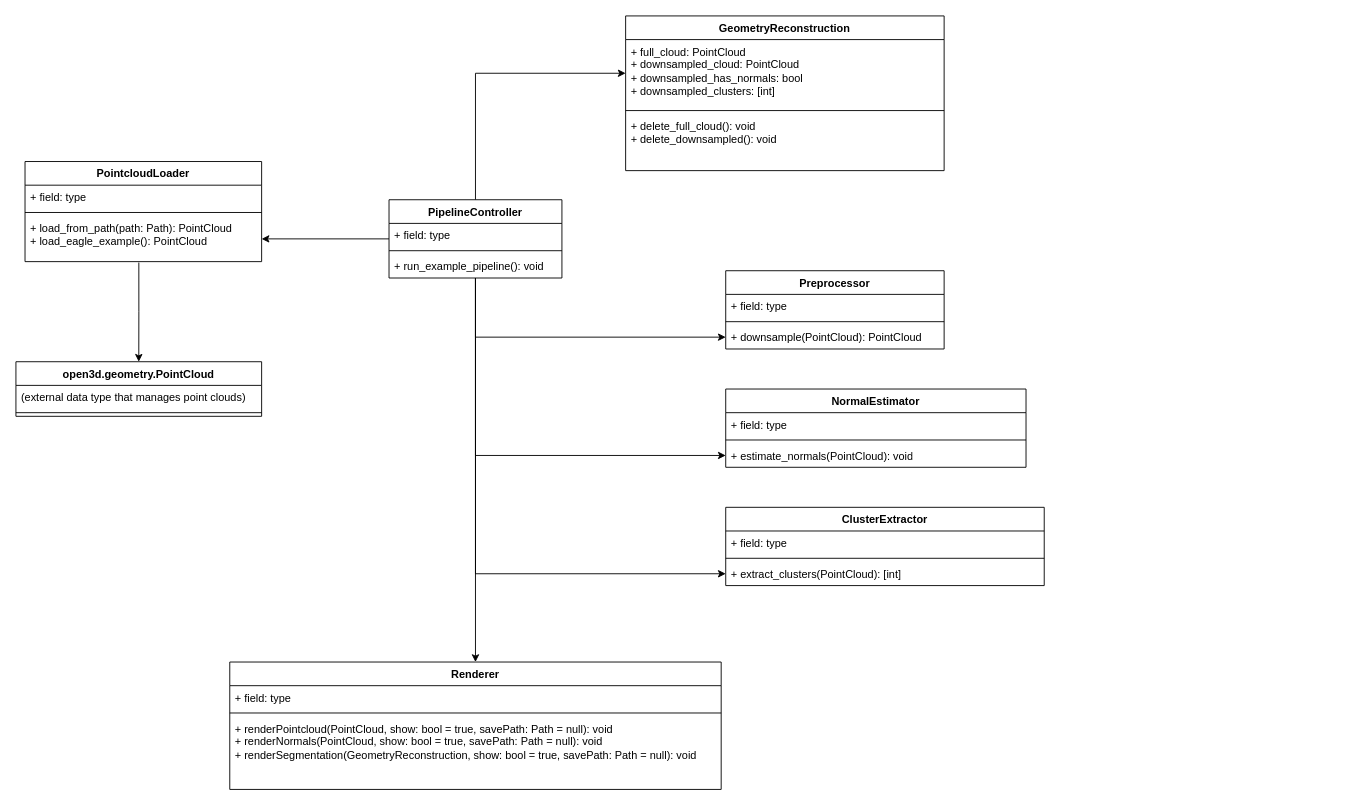
This is EagleProcessing.drawio from PatrickSowinski/Open3dRenderDemo, a draw.io file, before an edit. Source tidied: cells renumbered, new cells numbered last; positions are measured from the earlier drawing's top-left corner, leaving out a move shared by most shapes. Both pictures are drawn from the tidied source at 91%, with x=0, y=0 at pixel (15, 15).
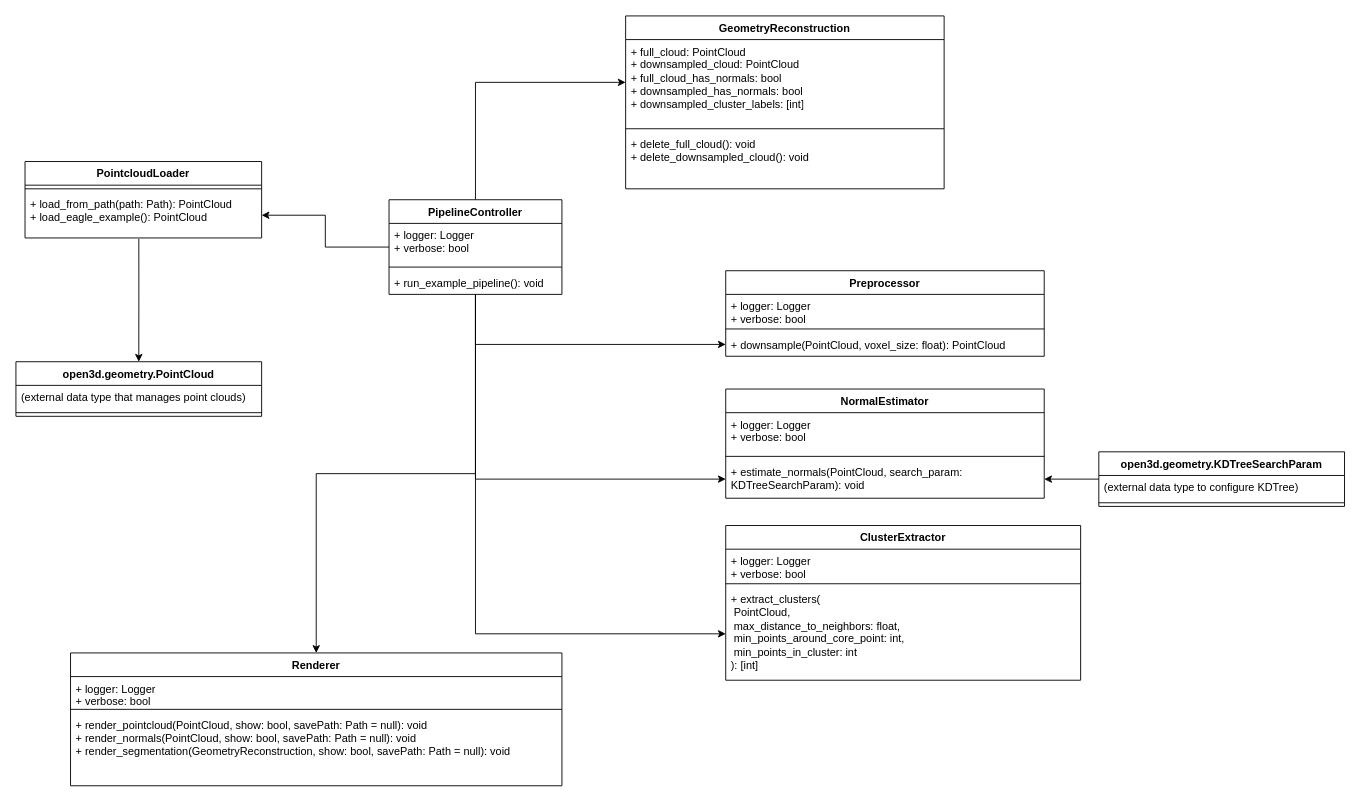
The same page after the edit.

The edit, as a diff of the source:
```diff
@@
     <mxCell id="3" value="PointcloudLoader" style="swimlane;fontStyle=1;align=center;verticalAlign=top;horizontal=1;startSize=26;whiteSpace=wrap;html=1;" parent="1" vertex="1">
-      <mxGeometry x="10" y="160" width="260" height="110" as="geometry" />
+      <mxGeometry x="10" y="160" width="260" height="84" as="geometry" />
     </mxCell>
-    <mxCell id="4" value="+ field: type" style="text;strokeColor=none;fillColor=none;align=left;verticalAlign=top;spacingLeft=4;spacingRight=4;overflow=hidden;whiteSpace=wrap;html=1;" parent="3" vertex="1">
-      <mxGeometry y="26" width="260" height="26" as="geometry" />
-    </mxCell>
     <mxCell id="5" style="line;strokeWidth=1;fillColor=none;align=left;verticalAlign=middle;spacingTop=-1;spacingLeft=3;spacingRight=3;labelPosition=right;strokeColor=inherit;" parent="3" vertex="1">
-      <mxGeometry y="52" width="260" height="8" as="geometry" />
+      <mxGeometry y="26" width="260" height="8" as="geometry" />
     </mxCell>
     <mxCell id="6" value="+ load_from_path(path: Path): PointCloud&lt;div&gt;+ load_eagle_example(): PointCloud&lt;/div&gt;" style="text;strokeColor=none;fillColor=none;align=left;verticalAlign=top;spacingLeft=4;spacingRight=4;overflow=hidden;points=[[0,0.5],[1,0.5]];portConstraint=eastwest;whiteSpace=wrap;html=1;" parent="3" vertex="1">
-      <mxGeometry y="60" width="260" height="50" as="geometry" />
+      <mxGeometry y="34" width="260" height="50" as="geometry" />
     </mxCell>
     <mxCell id="7" value="Preprocessor" style="swimlane;fontStyle=1;align=center;verticalAlign=top;horizontal=1;startSize=26;whiteSpace=wrap;html=1;" parent="1" vertex="1">
-      <mxGeometry x="780" y="280" width="240" height="86" as="geometry" />
+      <mxGeometry x="780" y="280" width="350" height="94" as="geometry" />
     </mxCell>
-    <mxCell id="8" value="+ field: type" style="text;strokeColor=none;fillColor=none;align=left;verticalAlign=top;spacingLeft=4;spacingRight=4;overflow=hidden;whiteSpace=wrap;html=1;" parent="7" vertex="1">
-      <mxGeometry y="26" width="240" height="26" as="geometry" />
+    <mxCell id="8" value="+ logger: Logger&lt;div&gt;+ verbose: bool&lt;/div&gt;" style="text;strokeColor=none;fillColor=none;align=left;verticalAlign=top;spacingLeft=4;spacingRight=4;overflow=hidden;whiteSpace=wrap;html=1;" parent="7" vertex="1">
+      <mxGeometry y="26" width="350" height="34" as="geometry" />
     </mxCell>
     <mxCell id="9" style="line;strokeWidth=1;fillColor=none;align=left;verticalAlign=middle;spacingTop=-1;spacingLeft=3;spacingRight=3;labelPosition=right;strokeColor=inherit;" parent="7" vertex="1">
-      <mxGeometry y="52" width="240" height="8" as="geometry" />
+      <mxGeometry y="60" width="350" height="8" as="geometry" />
     </mxCell>
-    <mxCell id="10" value="+ downsample(PointCloud): PointCloud" style="text;strokeColor=none;fillColor=none;align=left;verticalAlign=top;spacingLeft=4;spacingRight=4;overflow=hidden;points=[[0,0.5],[1,0.5]];portConstraint=eastwest;whiteSpace=wrap;html=1;" parent="7" vertex="1">
-      <mxGeometry y="60" width="240" height="26" as="geometry" />
+    <mxCell id="10" value="+ downsample(PointCloud, voxel_size: float): PointCloud" style="text;strokeColor=none;fillColor=none;align=left;verticalAlign=top;spacingLeft=4;spacingRight=4;overflow=hidden;points=[[0,0.5],[1,0.5]];portConstraint=eastwest;whiteSpace=wrap;html=1;" parent="7" vertex="1">
+      <mxGeometry y="68" width="350" height="26" as="geometry" />
     </mxCell>
     <mxCell id="11" value="NormalEstimator" style="swimlane;fontStyle=1;align=center;verticalAlign=top;horizontal=1;startSize=26;whiteSpace=wrap;html=1;" parent="1" vertex="1">
-      <mxGeometry x="780" y="410" width="330" height="86" as="geometry" />
+      <mxGeometry x="780" y="410" width="350" height="120" as="geometry" />
     </mxCell>
-    <mxCell id="12" value="+ field: type" style="text;strokeColor=none;fillColor=none;align=left;verticalAlign=top;spacingLeft=4;spacingRight=4;overflow=hidden;whiteSpace=wrap;html=1;" parent="11" vertex="1">
-      <mxGeometry y="26" width="330" height="26" as="geometry" />
+    <mxCell id="12" value="+ logger: Logger&lt;div&gt;+ verbose: bool&lt;/div&gt;" style="text;strokeColor=none;fillColor=none;align=left;verticalAlign=top;spacingLeft=4;spacingRight=4;overflow=hidden;whiteSpace=wrap;html=1;" parent="11" vertex="1">
+      <mxGeometry y="26" width="350" height="44" as="geometry" />
     </mxCell>
     <mxCell id="13" style="line;strokeWidth=1;fillColor=none;align=left;verticalAlign=middle;spacingTop=-1;spacingLeft=3;spacingRight=3;labelPosition=right;strokeColor=inherit;" parent="11" vertex="1">
-      <mxGeometry y="52" width="330" height="8" as="geometry" />
+      <mxGeometry y="70" width="350" height="8" as="geometry" />
     </mxCell>
-    <mxCell id="14" value="+ estimate_normals(PointCloud): void" style="text;strokeColor=none;fillColor=none;align=left;verticalAlign=top;spacingLeft=4;spacingRight=4;overflow=hidden;points=[[0,0.5],[1,0.5]];portConstraint=eastwest;whiteSpace=wrap;html=1;" parent="11" vertex="1">
-      <mxGeometry y="60" width="330" height="26" as="geometry" />
+    <mxCell id="14" value="+ estimate_normals(PointCloud, search_param: KDTreeSearchParam): void" style="text;strokeColor=none;fillColor=none;align=left;verticalAlign=top;spacingLeft=4;spacingRight=4;overflow=hidden;points=[[0,0.5],[1,0.5]];portConstraint=eastwest;whiteSpace=wrap;html=1;" parent="11" vertex="1">
+      <mxGeometry y="78" width="350" height="42" as="geometry" />
     </mxCell>
     <mxCell id="15" value="ClusterExtractor" style="swimlane;fontStyle=1;align=center;verticalAlign=top;horizontal=1;startSize=26;whiteSpace=wrap;html=1;" parent="1" vertex="1">
-      <mxGeometry x="780" y="540" width="350" height="86" as="geometry" />
+      <mxGeometry x="780" y="560" width="390" height="170" as="geometry" />
     </mxCell>
-    <mxCell id="16" value="+ field: type" style="text;strokeColor=none;fillColor=none;align=left;verticalAlign=top;spacingLeft=4;spacingRight=4;overflow=hidden;whiteSpace=wrap;html=1;" parent="15" vertex="1">
-      <mxGeometry y="26" width="350" height="26" as="geometry" />
+    <mxCell id="16" value="+ logger: Logger&lt;div&gt;+ verbose: bool&lt;/div&gt;" style="text;strokeColor=none;fillColor=none;align=left;verticalAlign=top;spacingLeft=4;spacingRight=4;overflow=hidden;whiteSpace=wrap;html=1;" parent="15" vertex="1">
+      <mxGeometry y="26" width="390" height="34" as="geometry" />
     </mxCell>
     <mxCell id="17" style="line;strokeWidth=1;fillColor=none;align=left;verticalAlign=middle;spacingTop=-1;spacingLeft=3;spacingRight=3;labelPosition=right;strokeColor=inherit;" parent="15" vertex="1">
-      <mxGeometry y="52" width="350" height="8" as="geometry" />
+      <mxGeometry y="60" width="390" height="8" as="geometry" />
     </mxCell>
-    <mxCell id="18" value="+ extract_clusters(PointCloud): [int]" style="text;strokeColor=none;fillColor=none;align=left;verticalAlign=top;spacingLeft=4;spacingRight=4;overflow=hidden;points=[[0,0.5],[1,0.5]];portConstraint=eastwest;whiteSpace=wrap;html=1;" parent="15" vertex="1">
-      <mxGeometry y="60" width="350" height="26" as="geometry" />
+    <mxCell id="18" value="+ extract_clusters(&lt;div&gt;&amp;nbsp;PointCloud,&lt;/div&gt;&lt;div&gt;&amp;nbsp;max_distance_to_neighbors: float,&lt;/div&gt;&lt;div&gt;&amp;nbsp;min_points_around_core_point: int,&lt;/div&gt;&lt;div&gt;&amp;nbsp;min_points_in_cluster: int&lt;/div&gt;&lt;div&gt;): [int]&lt;/div&gt;" style="text;strokeColor=none;fillColor=none;align=left;verticalAlign=top;spacingLeft=4;spacingRight=4;overflow=hidden;points=[[0,0.5],[1,0.5]];portConstraint=eastwest;whiteSpace=wrap;html=1;" parent="15" vertex="1">
+      <mxGeometry y="68" width="390" height="102" as="geometry" />
     </mxCell>
     <mxCell id="19" value="Renderer" style="swimlane;fontStyle=1;align=center;verticalAlign=top;horizontal=1;startSize=26;whiteSpace=wrap;html=1;" parent="1" vertex="1">
-      <mxGeometry x="235" y="710" width="540" height="140" as="geometry" />
+      <mxGeometry x="60" y="700" width="540" height="146" as="geometry" />
     </mxCell>
-    <mxCell id="20" value="+ field: type" style="text;strokeColor=none;fillColor=none;align=left;verticalAlign=top;spacingLeft=4;spacingRight=4;overflow=hidden;whiteSpace=wrap;html=1;" parent="19" vertex="1">
-      <mxGeometry y="26" width="540" height="26" as="geometry" />
+    <mxCell id="20" value="+ logger: Logger&lt;div&gt;+ verbose: bool&lt;/div&gt;" style="text;strokeColor=none;fillColor=none;align=left;verticalAlign=top;spacingLeft=4;spacingRight=4;overflow=hidden;whiteSpace=wrap;html=1;" parent="19" vertex="1">
+      <mxGeometry y="26" width="540" height="32" as="geometry" />
     </mxCell>
     <mxCell id="21" style="line;strokeWidth=1;fillColor=none;align=left;verticalAlign=middle;spacingTop=-1;spacingLeft=3;spacingRight=3;labelPosition=right;strokeColor=inherit;" parent="19" vertex="1">
-      <mxGeometry y="52" width="540" height="8" as="geometry" />
+      <mxGeometry y="58" width="540" height="8" as="geometry" />
     </mxCell>
-    <mxCell id="22" value="+ renderPointcloud(PointCloud, show: bool = true, savePath: Path = null): void&lt;div&gt;+ renderNormals(PointCloud, show: bool = true, savePath: Path = null): void&lt;br&gt;&lt;div&gt;+ renderSegmentation(GeometryReconstruction, show: bool = true, savePath: Path = null): void&lt;/div&gt;&lt;/div&gt;" style="text;strokeColor=none;fillColor=none;align=left;verticalAlign=top;spacingLeft=4;spacingRight=4;overflow=hidden;whiteSpace=wrap;html=1;" parent="19" vertex="1">
-      <mxGeometry y="60" width="540" height="80" as="geometry" />
+    <mxCell id="22" value="&lt;div&gt;&lt;span style=&quot;background-color: transparent; color: light-dark(rgb(0, 0, 0), rgb(255, 255, 255));&quot;&gt;+ render_pointcloud(PointCloud, show: bool, savePath: Path = null): void&lt;/span&gt;&lt;/div&gt;&lt;div&gt;+ render_normals(PointCloud, show: bool, savePath: Path = null): void&lt;br&gt;&lt;div&gt;+ render_segmentation(GeometryReconstruction, show: bool, savePath: Path = null): void&lt;/div&gt;&lt;/div&gt;" style="text;strokeColor=none;fillColor=none;align=left;verticalAlign=top;spacingLeft=4;spacingRight=4;overflow=hidden;whiteSpace=wrap;html=1;" parent="19" vertex="1">
+      <mxGeometry y="66" width="540" height="80" as="geometry" />
     </mxCell>
     <mxCell id="23" value="Geometry&lt;span style=&quot;background-color: transparent; color: light-dark(rgb(0, 0, 0), rgb(255, 255, 255));&quot;&gt;Reconstruction&lt;/span&gt;" style="swimlane;fontStyle=1;align=center;verticalAlign=top;horizontal=1;startSize=26;whiteSpace=wrap;html=1;" parent="1" vertex="1">
-      <mxGeometry x="670" width="350" height="170" as="geometry" />
+      <mxGeometry x="670" width="350" height="190" as="geometry" />
     </mxCell>
-    <mxCell id="24" value="+ full_cloud: PointCloud&lt;div&gt;+ downsampled_cloud: PointCloud&lt;/div&gt;&lt;div&gt;+ downsampled_has_normals: bool&lt;/div&gt;&lt;div&gt;+ downsampled_clusters: [int]&lt;/div&gt;" style="text;strokeColor=none;fillColor=none;align=left;verticalAlign=top;spacingLeft=4;spacingRight=4;overflow=hidden;points=[[0,0.5],[1,0.5]];portConstraint=eastwest;whiteSpace=wrap;html=1;" parent="23" vertex="1">
-      <mxGeometry y="26" width="350" height="74" as="geometry" />
+    <mxCell id="24" value="+ full_cloud: PointCloud&lt;div&gt;+ downsampled_cloud: PointCloud&lt;/div&gt;&lt;div&gt;+ full_cloud_has_normals: bool&lt;/div&gt;&lt;div&gt;+ downsampled_has_normals: bool&lt;/div&gt;&lt;div&gt;+ downsampled_cluster_labels: [int]&lt;/div&gt;" style="text;strokeColor=none;fillColor=none;align=left;verticalAlign=top;spacingLeft=4;spacingRight=4;overflow=hidden;points=[[0,0.5],[1,0.5]];portConstraint=eastwest;whiteSpace=wrap;html=1;" parent="23" vertex="1">
+      <mxGeometry y="26" width="350" height="94" as="geometry" />
     </mxCell>
     <mxCell id="25" style="line;strokeWidth=1;fillColor=none;align=left;verticalAlign=middle;spacingTop=-1;spacingLeft=3;spacingRight=3;labelPosition=right;strokeColor=inherit;" parent="23" vertex="1">
-      <mxGeometry y="100" width="350" height="8" as="geometry" />
+      <mxGeometry y="120" width="350" height="8" as="geometry" />
     </mxCell>
-    <mxCell id="26" value="+&amp;nbsp;&lt;span style=&quot;background-color: transparent; color: light-dark(rgb(0, 0, 0), rgb(255, 255, 255));&quot;&gt;delete_full_cloud(): void&lt;/span&gt;&lt;div&gt;+ delete_downsampled(): void&lt;/div&gt;" style="text;strokeColor=none;fillColor=none;align=left;verticalAlign=top;spacingLeft=4;spacingRight=4;overflow=hidden;whiteSpace=wrap;html=1;" parent="23" vertex="1">
-      <mxGeometry y="108" width="350" height="62" as="geometry" />
+    <mxCell id="26" value="+&amp;nbsp;&lt;span style=&quot;background-color: transparent; color: light-dark(rgb(0, 0, 0), rgb(255, 255, 255));&quot;&gt;delete_full_cloud(): void&lt;/span&gt;&lt;div&gt;+ delete_downsampled_cloud(): void&lt;/div&gt;" style="text;strokeColor=none;fillColor=none;align=left;verticalAlign=top;spacingLeft=4;spacingRight=4;overflow=hidden;whiteSpace=wrap;html=1;" parent="23" vertex="1">
+      <mxGeometry y="128" width="350" height="62" as="geometry" />
     </mxCell>
@@
     <mxCell id="33" value="PipelineController" style="swimlane;fontStyle=1;align=center;verticalAlign=top;horizontal=1;startSize=26;whiteSpace=wrap;html=1;" parent="1" vertex="1">
-      <mxGeometry x="410" y="202" width="190" height="86" as="geometry" />
+      <mxGeometry x="410" y="202" width="190" height="104" as="geometry" />
     </mxCell>
-    <mxCell id="34" value="+ field: type" style="text;strokeColor=none;fillColor=none;align=left;verticalAlign=top;spacingLeft=4;spacingRight=4;overflow=hidden;whiteSpace=wrap;html=1;" parent="33" vertex="1">
-      <mxGeometry y="26" width="190" height="26" as="geometry" />
+    <mxCell id="34" value="+ logger: Logger&lt;div&gt;+ verbose: bool&lt;/div&gt;" style="text;strokeColor=none;fillColor=none;align=left;verticalAlign=top;spacingLeft=4;spacingRight=4;overflow=hidden;whiteSpace=wrap;html=1;" parent="33" vertex="1">
+      <mxGeometry y="26" width="190" height="44" as="geometry" />
     </mxCell>
     <mxCell id="35" style="line;strokeWidth=1;fillColor=none;align=left;verticalAlign=middle;spacingTop=-1;spacingLeft=3;spacingRight=3;labelPosition=right;strokeColor=inherit;" parent="33" vertex="1">
-      <mxGeometry y="52" width="190" height="8" as="geometry" />
+      <mxGeometry y="70" width="190" height="8" as="geometry" />
     </mxCell>
     <mxCell id="36" value="+ run_example_pipeline(): void" style="text;strokeColor=none;fillColor=none;align=left;verticalAlign=top;spacingLeft=4;spacingRight=4;overflow=hidden;whiteSpace=wrap;html=1;" parent="33" vertex="1">
-      <mxGeometry y="60" width="190" height="26" as="geometry" />
+      <mxGeometry y="78" width="190" height="26" as="geometry" />
     </mxCell>
@@
+    <mxCell id="40" style="edgeStyle=orthogonalEdgeStyle;rounded=0;jettySize=auto;html=1;entryX=1;entryY=0.5;entryDx=0;entryDy=0;" parent="1" edge="1" source="41" target="14">
+      <mxGeometry relative="1" as="geometry" />
+    </mxCell>
+    <mxCell id="41" value="open3d.geometry.KDTreeSearchParam" style="swimlane;fontStyle=1;align=center;verticalAlign=top;horizontal=1;startSize=26;whiteSpace=wrap;html=1;" parent="1" vertex="1">
+      <mxGeometry x="1190" y="479" width="270" height="60" as="geometry" />
+    </mxCell>
+    <mxCell id="42" value="(external data type to configure KDTree)" style="text;strokeColor=none;fillColor=none;align=left;verticalAlign=top;spacingLeft=4;spacingRight=4;overflow=hidden;whiteSpace=wrap;html=1;" parent="41" vertex="1">
+      <mxGeometry y="26" width="270" height="26" as="geometry" />
+    </mxCell>
+    <mxCell id="43" style="line;strokeWidth=1;fillColor=none;align=left;verticalAlign=middle;spacingTop=-1;spacingLeft=3;spacingRight=3;labelPosition=right;strokeColor=inherit;" parent="41" vertex="1">
+      <mxGeometry y="52" width="270" height="8" as="geometry" />
+    </mxCell>
```
